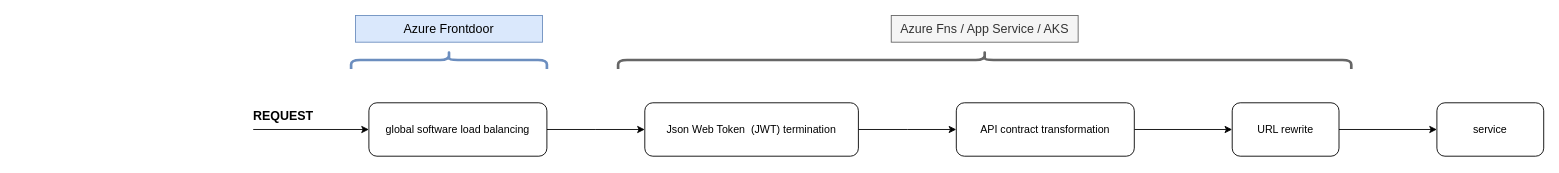
Before: assets/fns.drawio in JakubNer/az-reverse-proxy-options, a draw.io diagram. Source tidied: cells renumbered, new cells numbered last; positions are measured from the earlier drawing's top-left corner, leaving out a move shared by most shapes. Both pictures are drawn from the tidied source at 89%, with x=0, y=0 at pixel (253, -307).
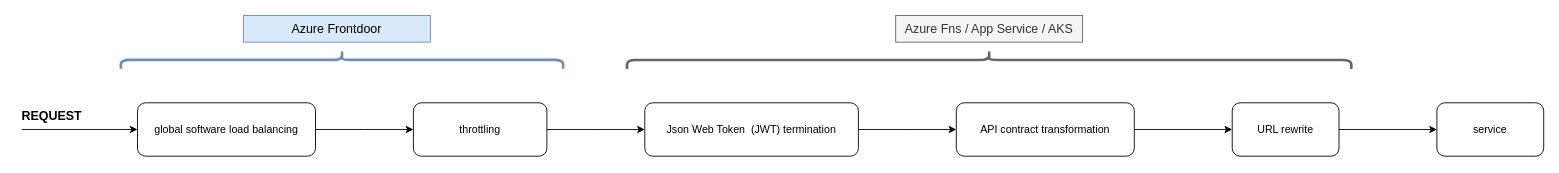
After the change.

The edit, as a diff of the source:
```diff
@@
-    <mxCell id="2" style="edgeStyle=orthogonalEdgeStyle;rounded=0;jettySize=auto;html=1;" parent="1" edge="1" source="3">
-      <mxGeometry relative="1" as="geometry">
-        <mxPoint x="440" y="490" as="targetPoint" />
-      </mxGeometry>
-    </mxCell>
-    <mxCell id="3" value="global software load balancing" style="rounded=1;whiteSpace=wrap;html=1;" parent="1" vertex="1">
-      <mxGeometry x="130" y="460" width="200" height="60" as="geometry" />
-    </mxCell>
@@
-    <mxCell id="9" style="endArrow=classic;html=1;rounded=0;entryX=0;entryY=0.5;entryDx=0;entryDy=0;" parent="1" edge="1" target="3">
-      <mxGeometry relative="1" as="geometry">
-        <mxPoint y="490" as="sourcePoint" />
-      </mxGeometry>
-    </mxCell>
-    <mxCell id="10" value="REQUEST" style="text;html=1;strokeColor=none;fillColor=none;align=center;verticalAlign=middle;whiteSpace=wrap;rounded=0;fontSize=14;fontStyle=1;" parent="1" vertex="1">
-      <mxGeometry x="4" y="460" width="60" height="30" as="geometry" />
-    </mxCell>
@@
     <mxCell id="13" style="shape=curlyBracket;whiteSpace=wrap;html=1;rounded=1;flipH=1;rotation=-90;fillColor=#dae8fc;strokeColor=#6c8ebf;strokeWidth=3;" parent="1" vertex="1">
-      <mxGeometry x="210" y="301.9" width="20" height="220" as="geometry" />
+      <mxGeometry x="89.8" y="163.4" width="20" height="496.9" as="geometry" />
     </mxCell>
     <mxCell id="14" style="shape=curlyBracket;whiteSpace=wrap;html=1;rounded=1;flipH=1;rotation=-90;fillColor=#f5f5f5;strokeColor=#666666;strokeWidth=3;fontColor=#333333;" parent="1" vertex="1">
-      <mxGeometry x="811.9" width="20" height="823.8" as="geometry" />
+      <mxGeometry x="816.9" y="5" width="20" height="813.8" as="geometry" />
     </mxCell>
     <mxCell id="15" value="Azure Frontdoor" style="text;html=1;strokeColor=#6c8ebf;fillColor=#dae8fc;align=center;verticalAlign=middle;whiteSpace=wrap;rounded=0;fontSize=14;" parent="1" vertex="1">
-      <mxGeometry x="115" y="361.9" width="210" height="30" as="geometry" />
+      <mxGeometry x="-10.9" y="361.9" width="210" height="30" as="geometry" />
     </mxCell>
     <mxCell id="16" value="Azure Fns / App Service / AKS" style="text;html=1;strokeColor=#666666;fillColor=#f5f5f5;align=center;verticalAlign=middle;whiteSpace=wrap;rounded=0;fontSize=14;fontColor=#333333;" parent="1" vertex="1">
-      <mxGeometry x="716.9" y="361.9" width="210" height="30" as="geometry" />
+      <mxGeometry x="721.9" y="361.9" width="210" height="30" as="geometry" />
     </mxCell>
+    <mxCell id="17" style="edgeStyle=orthogonalEdgeStyle;rounded=0;jettySize=auto;html=1;" parent="1" edge="1" source="3">
+      <mxGeometry relative="1" as="geometry">
+        <mxPoint x="180" y="490" as="targetPoint" />
+      </mxGeometry>
+    </mxCell>
+    <mxCell id="3" value="global software load balancing" style="rounded=1;whiteSpace=wrap;html=1;" parent="1" vertex="1">
+      <mxGeometry x="-130" y="460" width="200" height="60" as="geometry" />
+    </mxCell>
+    <mxCell id="18" style="endArrow=classic;html=1;rounded=0;entryX=0;entryY=0.5;entryDx=0;entryDy=0;" parent="1" edge="1" target="3">
+      <mxGeometry relative="1" as="geometry">
+        <mxPoint x="-260" y="490" as="sourcePoint" />
+      </mxGeometry>
+    </mxCell>
+    <mxCell id="10" value="REQUEST" style="text;html=1;strokeColor=none;fillColor=none;align=center;verticalAlign=middle;whiteSpace=wrap;rounded=0;fontSize=14;fontStyle=1;" parent="1" vertex="1">
+      <mxGeometry x="-256" y="460" width="60" height="30" as="geometry" />
+    </mxCell>
+    <mxCell id="19" style="edgeStyle=orthogonalEdgeStyle;rounded=0;jettySize=auto;html=1;entryX=0;entryY=0.5;entryDx=0;entryDy=0;" parent="1" edge="1" source="20">
+      <mxGeometry relative="1" as="geometry">
+        <mxPoint x="440" y="490" as="targetPoint" />
+      </mxGeometry>
+    </mxCell>
+    <mxCell id="20" value="throttling" style="rounded=1;whiteSpace=wrap;html=1;" parent="1" vertex="1">
+      <mxGeometry x="180" y="460" width="150" height="60" as="geometry" />
+    </mxCell>
```
